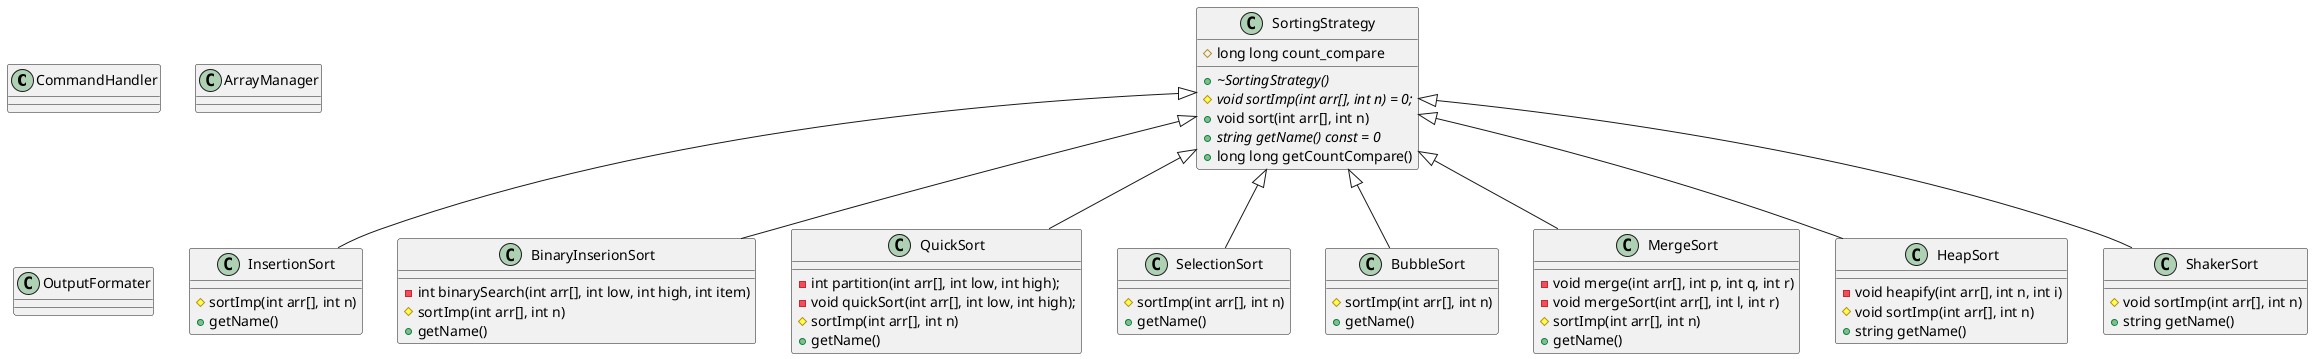
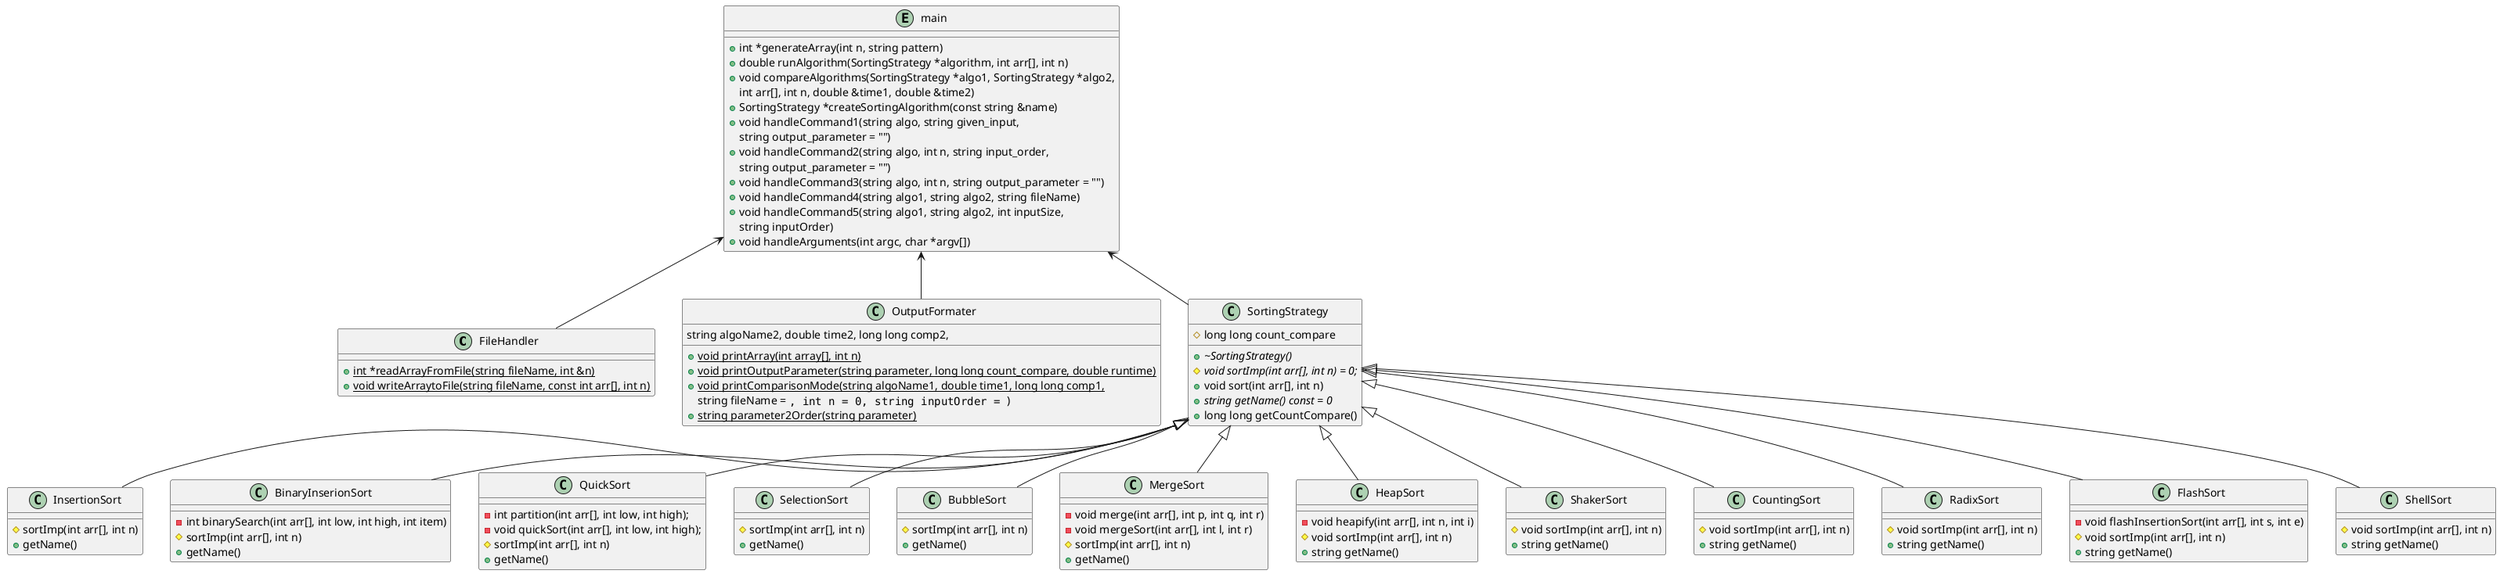
@startuml ClassDiagram

- class CommandHandler {
- 
- }
- 
- class ArrayManager {
- 
+ class FileHandler {
+     +{static} int *readArrayFromFile(string fileName, int &n)
+     +{static} void writeArraytoFile(string fileName, const int arr[], int n)
}

class OutputFormater {
- 
+     +{static} void printArray(int array[], int n)
+     +{static} void printOutputParameter(string parameter, long long count_compare, double runtime)
+     +{static} void printComparisonMode(string algoName1, double time1, long long comp1,
+     string algoName2, double time2, long long comp2,
+     string fileName = "", int n = 0, string inputOrder = "")
+     +{static} string parameter2Order(string parameter)
}

class SortingStrategy {
    #long long count_compare
    +{abstract} ~SortingStrategy()
    #{abstract} void sortImp(int arr[], int n) = 0;
    +void sort(int arr[], int n)
    +{abstract} string getName() const = 0
    +long long getCountCompare()
}

class InsertionSort {
    #{method} sortImp(int arr[], int n)
    +{method} getName()
}

class BinaryInserionSort {
    -int binarySearch(int arr[], int low, int high, int item)
    #{method} sortImp(int arr[], int n)
    +{method} getName()
}

class QuickSort{
    -int partition(int arr[], int low, int high);
    -void quickSort(int arr[], int low, int high);
    #{method} sortImp(int arr[], int n)
    +{method} getName()
}

class SelectionSort {
    #{method} sortImp(int arr[], int n)
    +{method} getName()
}

class BubbleSort{
    #{method} sortImp(int arr[], int n)
    +{method} getName()
}

class MergeSort {
    -void merge(int arr[], int p, int q, int r)
    -void mergeSort(int arr[], int l, int r)
    #{method} sortImp(int arr[], int n)
    +{method} getName()
}

class HeapSort {
    - void heapify(int arr[], int n, int i)
    #{method} void sortImp(int arr[], int n)
    +{method} string getName()
}

class ShakerSort {
    #{method} void sortImp(int arr[], int n)
    +{method} string getName()
}

+ class CountingSort {
+     #{method} void sortImp(int arr[], int n)
+     +{method} string getName()
+ }
+ 
+ class RadixSort {
+     #{method} void sortImp(int arr[], int n)
+     +{method} string getName()
+ }
+ 
+ class FlashSort {
+     -void flashInsertionSort(int arr[], int s, int e)
+     #{method} void sortImp(int arr[], int n)
+     +{method} string getName()
+ }
+ 
+ class ShellSort {
+     #{method} void sortImp(int arr[], int n)
+     +{method} string getName()
+ }
+ 
+ entity main {
+     +int *generateArray(int n, string pattern)
+     +double runAlgorithm(SortingStrategy *algorithm, int arr[], int n)
+     +void compareAlgorithms(SortingStrategy *algo1, SortingStrategy *algo2,
+     int arr[], int n, double &time1, double &time2)
+     +SortingStrategy *createSortingAlgorithm(const string &name)
+     +void handleCommand1(string algo, string given_input,
+     string output_parameter = "")
+     +void handleCommand2(string algo, int n, string input_order,
+     string output_parameter = "")
+     +void handleCommand3(string algo, int n, string output_parameter = "")
+     +void handleCommand4(string algo1, string algo2, string fileName)
+     +void handleCommand5(string algo1, string algo2, int inputSize,
+     string inputOrder)
+     +void handleArguments(int argc, char *argv[])
+ }
+ 
' Relations beetween classes
SortingStrategy <|-- InsertionSort
SortingStrategy <|-- QuickSort
SortingStrategy <|-- BinaryInserionSort
SortingStrategy <|-- BubbleSort
SortingStrategy <|-- SelectionSort
SortingStrategy <|-- MergeSort
SortingStrategy <|-- HeapSort
SortingStrategy <|-- ShakerSort
+ SortingStrategy <|-- CountingSort
+ SortingStrategy <|-- RadixSort
+ SortingStrategy <|-- FlashSort
+ SortingStrategy <|-- ShellSort

+ main <-- SortingStrategy
+ main <-- FileHandler
+ main <-- OutputFormater
@enduml